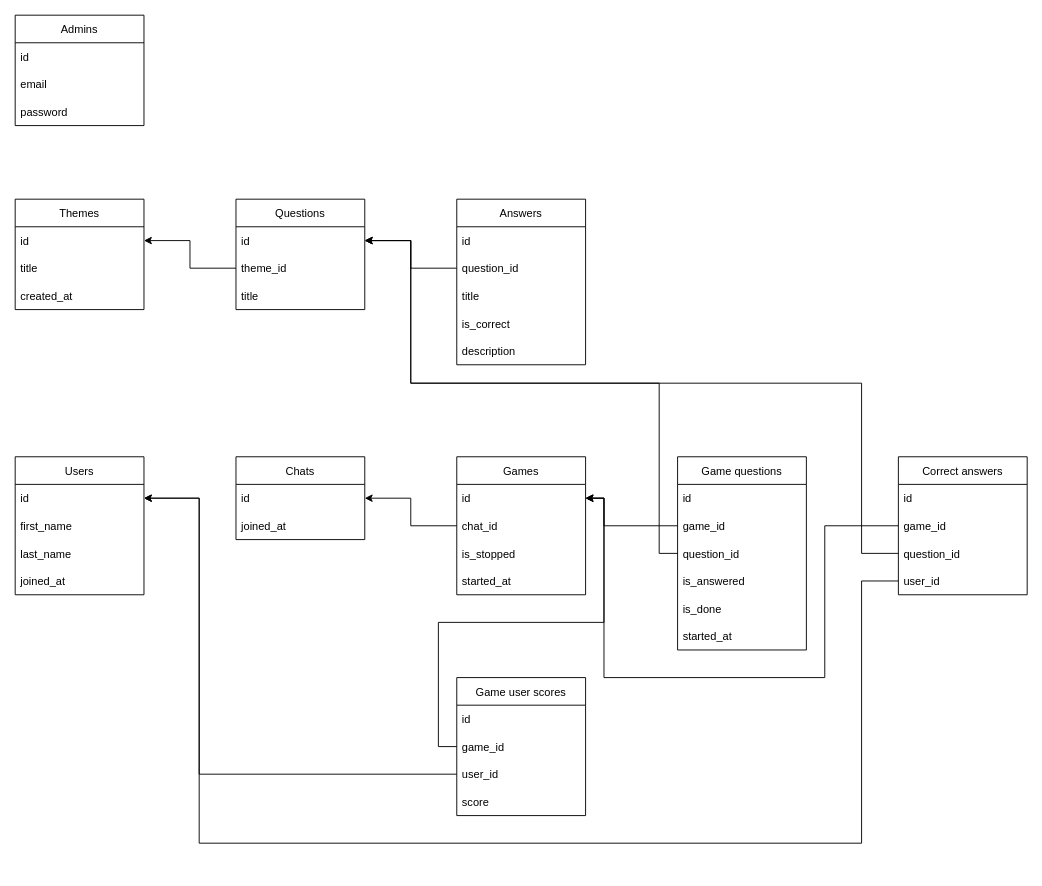
Earlier version of the draw.io diagram page "Models" (2 of 2) of schema.drawio (ipakeev/vk_quiz_bot). Source tidied: cells renumbered, new cells numbered last; positions are measured from the earlier drawing's top-left corner, leaving out a move shared by most shapes. Both pictures are drawn from the tidied source at 92%, with x=0, y=0 at pixel (15, 15).
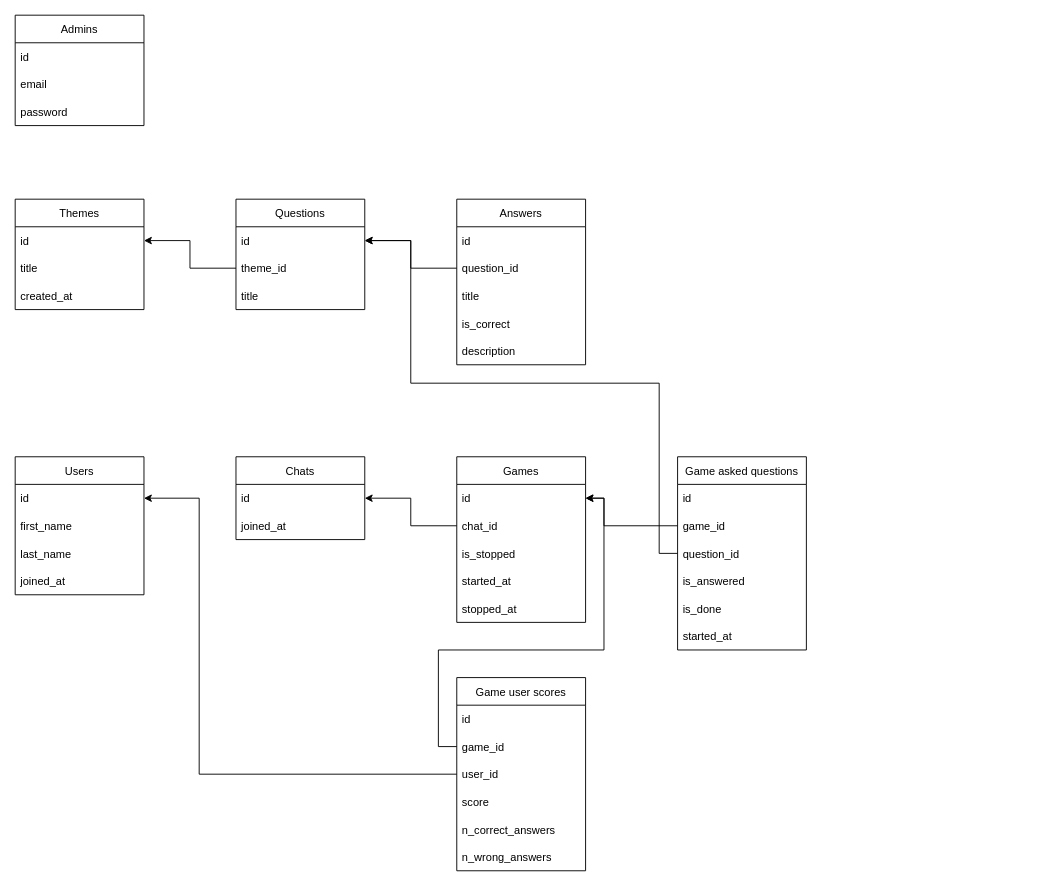
The same page after the edit.

Unchanged cells that the change refers to:
```xml
<mxCell id="7" value="id" style="text;strokeColor=none;fillColor=none;align=left;verticalAlign=middle;spacingLeft=4;spacingRight=4;overflow=hidden;points=[[0,0.5],[1,0.5]];portConstraint=eastwest;" parent="6" vertex="1">
  <mxGeometry y="30" width="140" height="30" as="geometry" />
</mxCell>
<mxCell id="26" value="id" style="text;strokeColor=none;fillColor=none;align=left;verticalAlign=middle;spacingLeft=4;spacingRight=4;overflow=hidden;points=[[0,0.5],[1,0.5]];portConstraint=eastwest;" parent="25" vertex="1">
  <mxGeometry y="30" width="140" height="30" as="geometry" />
</mxCell>
<mxCell id="31" value="id" style="text;strokeColor=none;fillColor=none;align=left;verticalAlign=middle;spacingLeft=4;spacingRight=4;overflow=hidden;points=[[0,0.5],[1,0.5]];portConstraint=eastwest;" parent="30" vertex="1">
  <mxGeometry y="30" width="140" height="30" as="geometry" />
</mxCell>
<mxCell id="38" value="game_id" style="text;strokeColor=none;fillColor=none;align=left;verticalAlign=middle;spacingLeft=4;spacingRight=4;overflow=hidden;points=[[0,0.5],[1,0.5]];portConstraint=eastwest;" parent="36" vertex="1">
  <mxGeometry y="60" width="140" height="30" as="geometry" />
</mxCell>
```

Change to the diagram source:
```diff
@@
     <mxCell id="30" value="Games" style="swimlane;fontStyle=0;horizontal=1;startSize=30;" parent="1" vertex="1">
-      <mxGeometry x="480" y="480" width="140" height="150" as="geometry" />
+      <mxGeometry x="480" y="480" width="140" height="180" as="geometry" />
     </mxCell>
@@
+    <mxCell id="60" value="stopped_at" style="text;strokeColor=none;fillColor=none;align=left;verticalAlign=middle;spacingLeft=4;spacingRight=4;overflow=hidden;" parent="30" vertex="1">
+      <mxGeometry y="150" width="140" height="30" as="geometry" />
+    </mxCell>
@@
     <mxCell id="36" value="Game user scores" style="swimlane;fontStyle=0;horizontal=1;startSize=30;" parent="1" vertex="1">
-      <mxGeometry x="480" y="720" width="140" height="150" as="geometry" />
+      <mxGeometry x="480" y="720" width="140" height="210" as="geometry" />
     </mxCell>
@@
+    <mxCell id="61" value="n_correct_answers" style="text;strokeColor=none;fillColor=none;align=left;verticalAlign=middle;spacingLeft=4;spacingRight=4;overflow=hidden;" parent="36" vertex="1">
+      <mxGeometry y="150" width="140" height="30" as="geometry" />
+    </mxCell>
+    <mxCell id="62" value="n_wrong_answers" style="text;strokeColor=none;fillColor=none;align=left;verticalAlign=middle;spacingLeft=4;spacingRight=4;overflow=hidden;" parent="36" vertex="1">
+      <mxGeometry y="180" width="140" height="30" as="geometry" />
+    </mxCell>
     <mxCell id="41" style="edgeStyle=orthogonalEdgeStyle;rounded=0;jettySize=auto;html=1;entryX=1;entryY=0.5;entryDx=0;entryDy=0;" parent="1" edge="1" source="38" target="31">
-      <mxGeometry relative="1" as="geometry" />
+      <mxGeometry relative="1" as="geometry">
+        <Array as="points">
+          <mxPoint x="460" y="795" />
+          <mxPoint x="460" y="690" />
+          <mxPoint x="640" y="690" />
+          <mxPoint x="640" y="525" />
+        </Array>
+      </mxGeometry>
     </mxCell>
@@
-    <mxCell id="43" value="Game questions" style="swimlane;fontStyle=0;horizontal=1;startSize=30;" parent="1" vertex="1">
+    <mxCell id="43" value="Game asked questions" style="swimlane;fontStyle=0;horizontal=1;startSize=30;" parent="1" vertex="1">
       <mxGeometry x="720" y="480" width="140" height="210" as="geometry" />
     </mxCell>
@@
-    <mxCell id="52" value="Correct answers" style="swimlane;fontStyle=0;horizontal=1;startSize=30;" parent="1" vertex="1">
-      <mxGeometry x="960" y="480" width="140" height="150" as="geometry" />
-    </mxCell>
-    <mxCell id="53" value="id" style="text;strokeColor=none;fillColor=none;align=left;verticalAlign=middle;spacingLeft=4;spacingRight=4;overflow=hidden;" parent="52" vertex="1">
-      <mxGeometry y="30" width="140" height="30" as="geometry" />
-    </mxCell>
-    <mxCell id="54" value="game_id" style="text;strokeColor=none;fillColor=none;align=left;verticalAlign=middle;spacingLeft=4;spacingRight=4;overflow=hidden;points=[[0,0.5],[1,0.5]];portConstraint=eastwest;" parent="52" vertex="1">
-      <mxGeometry y="60" width="140" height="30" as="geometry" />
-    </mxCell>
-    <mxCell id="55" value="question_id" style="text;strokeColor=none;fillColor=none;align=left;verticalAlign=middle;spacingLeft=4;spacingRight=4;overflow=hidden;points=[[0,0.5],[1,0.5]];portConstraint=eastwest;" parent="52" vertex="1">
-      <mxGeometry y="90" width="140" height="30" as="geometry" />
-    </mxCell>
-    <mxCell id="56" value="user_id" style="text;strokeColor=none;fillColor=none;align=left;verticalAlign=middle;spacingLeft=4;spacingRight=4;overflow=hidden;points=[[0,0.5],[1,0.5]];portConstraint=eastwest;" parent="52" vertex="1">
-      <mxGeometry y="120" width="140" height="30" as="geometry" />
-    </mxCell>
-    <mxCell id="57" style="edgeStyle=orthogonalEdgeStyle;rounded=0;jettySize=auto;html=1;entryX=1;entryY=0.5;entryDx=0;entryDy=0;" parent="1" edge="1" source="54" target="31">
-      <mxGeometry relative="1" as="geometry">
-        <Array as="points">
-          <mxPoint x="880" y="555" />
-          <mxPoint x="880" y="720" />
-          <mxPoint x="640" y="720" />
-          <mxPoint x="640" y="525" />
-        </Array>
-      </mxGeometry>
-    </mxCell>
-    <mxCell id="58" style="edgeStyle=orthogonalEdgeStyle;rounded=0;jettySize=auto;html=1;entryX=1;entryY=0.5;entryDx=0;entryDy=0;" parent="1" edge="1" source="55" target="7">
-      <mxGeometry relative="1" as="geometry">
-        <Array as="points">
-          <mxPoint x="920" y="585" />
-          <mxPoint x="920" y="400" />
-          <mxPoint x="430" y="400" />
-          <mxPoint x="430" y="245" />
-        </Array>
-      </mxGeometry>
-    </mxCell>
-    <mxCell id="59" style="edgeStyle=orthogonalEdgeStyle;rounded=0;jettySize=auto;html=1;entryX=1;entryY=0.5;entryDx=0;entryDy=0;" parent="1" edge="1" source="56" target="26">
-      <mxGeometry relative="1" as="geometry">
-        <Array as="points">
-          <mxPoint x="920" y="615" />
-          <mxPoint x="920" y="900" />
-          <mxPoint x="200" y="900" />
-          <mxPoint x="200" y="525" />
-        </Array>
-      </mxGeometry>
-    </mxCell>
```
